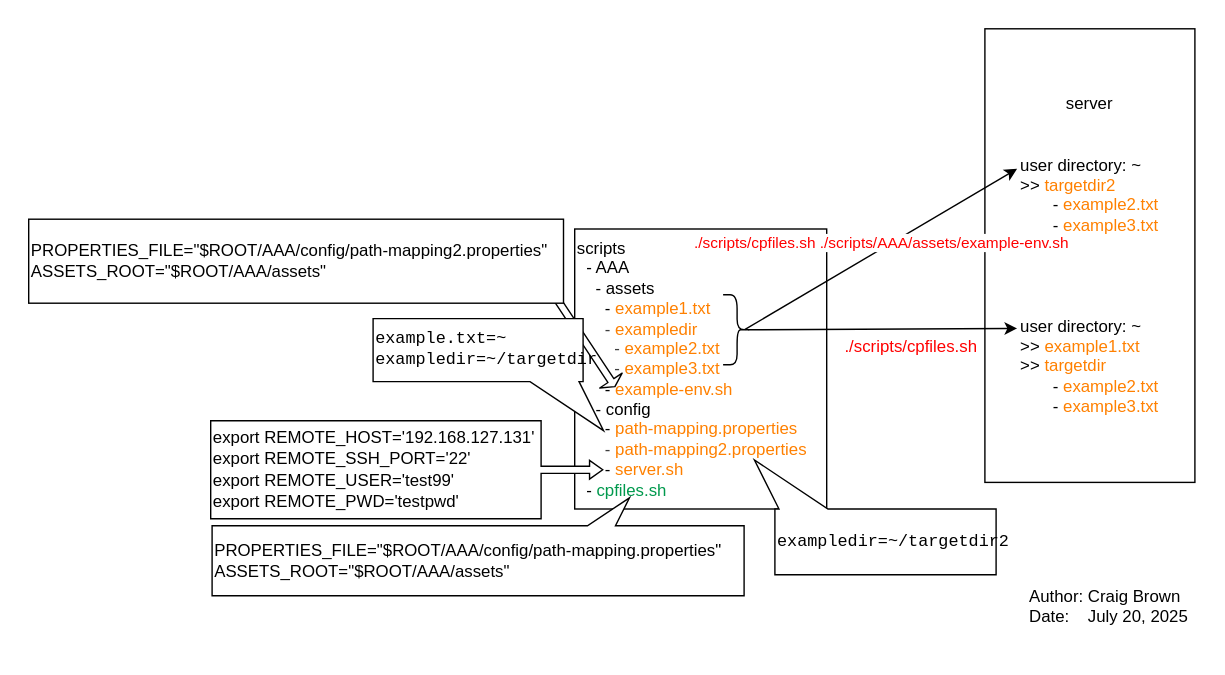
The draw.io diagram docs/assets/scripts/cpfiles.svg in saidake/simi-sandbox, before a commit. Source tidied: cells renumbered, new cells last; positions are measured from the earlier drawing's top-left corner, leaving out a move shared by most shapes.
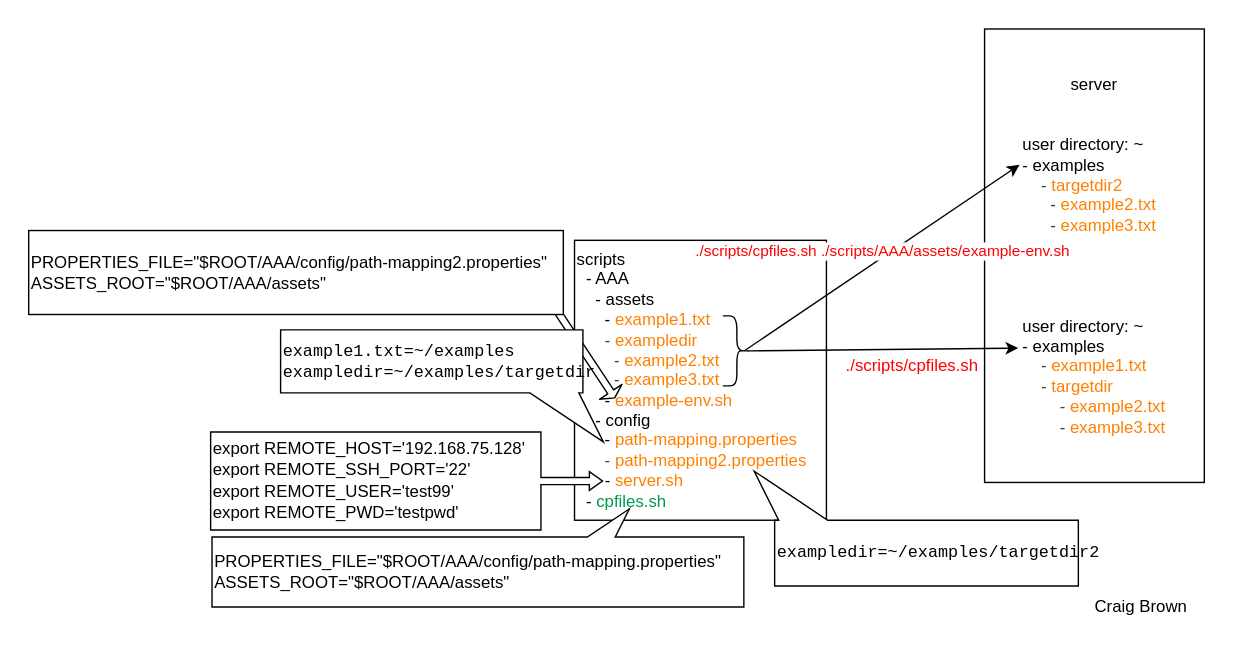
The same diagram one commit later.

Commit message:
[cpfiles] feat: Check ssh connection and sshpass command installation before execution

Diff of the diagram source:
```diff
@@ -2,10 +2,10 @@
   <root>
     <mxCell id="0" />
     <mxCell id="1" parent="0" />
-    <mxCell id="2" value="&lt;span style=&quot;color: rgb(0, 0, 0);&quot;&gt;server&lt;/span&gt;&lt;div&gt;&lt;br&gt;&lt;/div&gt;&lt;div style=&quot;text-align: left;&quot;&gt;&lt;br&gt;&lt;/div&gt;&lt;div style=&quot;text-align: left;&quot;&gt;&lt;div&gt;user directory: ~&lt;/div&gt;&lt;div style=&quot;text-align: center;&quot;&gt;&lt;div style=&quot;text-align: left;&quot;&gt;&lt;span style=&quot;background-color: transparent;&quot;&gt;&amp;gt;&amp;gt;&amp;nbsp;&lt;/span&gt;&lt;font style=&quot;background-color: transparent; color: rgb(255, 128, 0);&quot;&gt;targetdir2&lt;/font&gt;&lt;/div&gt;&lt;/div&gt;&lt;div&gt;&amp;nbsp; &amp;nbsp; &amp;nbsp; &amp;nbsp;-&amp;nbsp;&lt;font style=&quot;color: rgb(255, 128, 0);&quot;&gt;example2.txt&lt;/font&gt;&lt;/div&gt;&lt;div&gt;&amp;nbsp; &amp;nbsp; &amp;nbsp; &amp;nbsp;-&amp;nbsp;&lt;font style=&quot;color: rgb(255, 128, 0);&quot;&gt;example3.txt&lt;/font&gt;&lt;/div&gt;&lt;/div&gt;&lt;div style=&quot;text-align: left;&quot;&gt;&lt;br&gt;&lt;/div&gt;&lt;div style=&quot;text-align: left;&quot;&gt;&lt;br&gt;&lt;/div&gt;&lt;div style=&quot;text-align: left;&quot;&gt;&lt;br&gt;&lt;/div&gt;&lt;div style=&quot;text-align: left;&quot;&gt;&lt;br&gt;&lt;/div&gt;&lt;div style=&quot;text-align: left;&quot;&gt;user directory: ~&lt;/div&gt;&lt;div&gt;&lt;div style=&quot;text-align: left;&quot;&gt;&lt;span style=&quot;background-color: transparent;&quot;&gt;&amp;gt;&amp;gt;&amp;nbsp;&lt;font style=&quot;color: rgb(255, 128, 0);&quot;&gt;example1.txt&lt;/font&gt;&lt;/span&gt;&lt;/div&gt;&lt;div style=&quot;text-align: left;&quot;&gt;&lt;span style=&quot;background-color: transparent;&quot;&gt;&amp;gt;&amp;gt;&amp;nbsp;&lt;font style=&quot;color: rgb(255, 128, 0);&quot;&gt;targetdir&lt;/font&gt;&lt;/span&gt;&lt;/div&gt;&lt;/div&gt;&lt;div style=&quot;text-align: left;&quot;&gt;&amp;nbsp; &amp;nbsp; &amp;nbsp; &amp;nbsp;-&amp;nbsp;&lt;font style=&quot;color: rgb(255, 128, 0);&quot;&gt;example2.txt&lt;/font&gt;&lt;/div&gt;&lt;div style=&quot;text-align: left;&quot;&gt;&amp;nbsp; &amp;nbsp; &amp;nbsp; &amp;nbsp;-&amp;nbsp;&lt;font style=&quot;color: rgb(255, 128, 0);&quot;&gt;example3.txt&lt;/font&gt;&lt;/div&gt;" style="rounded=0;whiteSpace=wrap;html=1;" parent="1" vertex="1">
-      <mxGeometry x="683" width="150" height="324" as="geometry" />
+    <mxCell id="2" value="&lt;span style=&quot;color: rgb(0, 0, 0);&quot;&gt;server&lt;/span&gt;&lt;div&gt;&lt;br&gt;&lt;/div&gt;&lt;div style=&quot;text-align: left;&quot;&gt;&lt;br&gt;&lt;/div&gt;&lt;div style=&quot;text-align: left;&quot;&gt;&lt;div&gt;user directory: ~&lt;/div&gt;&lt;div style=&quot;text-align: center;&quot;&gt;&lt;div style=&quot;text-align: left;&quot;&gt;- examples&lt;/div&gt;&lt;div style=&quot;text-align: left;&quot;&gt;&lt;font style=&quot;background-color: transparent; color: rgb(255, 128, 0);&quot;&gt;&amp;nbsp; &amp;nbsp;&amp;nbsp;&lt;span style=&quot;color: rgb(63, 63, 63);&quot;&gt;-&amp;nbsp;&lt;/span&gt;targetdir2&lt;/font&gt;&lt;/div&gt;&lt;/div&gt;&lt;div&gt;&amp;nbsp; &amp;nbsp; &amp;nbsp;&amp;nbsp;&lt;font style=&quot;color: rgb(255, 128, 0);&quot;&gt;&lt;span style=&quot;color: rgb(63, 63, 63);&quot;&gt;-&amp;nbsp;&lt;/span&gt;example2.txt&lt;/font&gt;&lt;/div&gt;&lt;div&gt;&amp;nbsp; &amp;nbsp; &amp;nbsp;&amp;nbsp;&lt;font style=&quot;color: rgb(255, 128, 0);&quot;&gt;&lt;span style=&quot;color: rgb(63, 63, 63);&quot;&gt;-&amp;nbsp;&lt;/span&gt;example3.txt&lt;/font&gt;&lt;/div&gt;&lt;/div&gt;&lt;div style=&quot;text-align: left;&quot;&gt;&lt;br&gt;&lt;/div&gt;&lt;div style=&quot;text-align: left;&quot;&gt;&lt;br&gt;&lt;/div&gt;&lt;div style=&quot;text-align: left;&quot;&gt;&lt;br&gt;&lt;/div&gt;&lt;div style=&quot;text-align: left;&quot;&gt;&lt;br&gt;&lt;/div&gt;&lt;div style=&quot;text-align: left;&quot;&gt;user directory: ~&lt;/div&gt;&lt;div&gt;&lt;div style=&quot;text-align: left;&quot;&gt;&lt;span style=&quot;background-color: transparent;&quot;&gt;- examples&lt;/span&gt;&lt;/div&gt;&lt;div style=&quot;text-align: left;&quot;&gt;&lt;span style=&quot;background-color: transparent;&quot;&gt;&amp;nbsp; &amp;nbsp;&amp;nbsp;&lt;/span&gt;&lt;span style=&quot;color: rgb(63, 63, 63);&quot;&gt;-&amp;nbsp;&lt;/span&gt;&lt;span style=&quot;background-color: transparent;&quot;&gt;&lt;font style=&quot;color: rgb(255, 128, 0);&quot;&gt;example1.txt&lt;/font&gt;&lt;/span&gt;&lt;/div&gt;&lt;div style=&quot;text-align: left;&quot;&gt;&lt;span style=&quot;background-color: transparent;&quot;&gt;&lt;font style=&quot;color: rgb(255, 128, 0);&quot;&gt;&amp;nbsp; &amp;nbsp;&amp;nbsp;&lt;/font&gt;&lt;/span&gt;&lt;span style=&quot;color: rgb(63, 63, 63);&quot;&gt;-&amp;nbsp;&lt;/span&gt;&lt;span style=&quot;background-color: transparent;&quot;&gt;&lt;font style=&quot;color: rgb(255, 128, 0);&quot;&gt;targetdir&lt;/font&gt;&lt;/span&gt;&lt;/div&gt;&lt;/div&gt;&lt;div style=&quot;text-align: left;&quot;&gt;&amp;nbsp; &amp;nbsp; &amp;nbsp; &amp;nbsp;&amp;nbsp;&lt;font style=&quot;color: rgb(255, 128, 0);&quot;&gt;&lt;span style=&quot;color: rgb(63, 63, 63);&quot;&gt;-&amp;nbsp;&lt;/span&gt;example2.txt&lt;/font&gt;&lt;/div&gt;&lt;div style=&quot;text-align: left;&quot;&gt;&amp;nbsp; &amp;nbsp; &amp;nbsp; &amp;nbsp;&amp;nbsp;&lt;font style=&quot;color: rgb(255, 128, 0);&quot;&gt;&lt;span style=&quot;color: rgb(63, 63, 63);&quot;&gt;-&amp;nbsp;&lt;/span&gt;example3.txt&lt;/font&gt;&lt;/div&gt;" style="rounded=0;whiteSpace=wrap;html=1;fillColor=#FFFFFF;" parent="1" vertex="1">
+      <mxGeometry x="683" y="-8" width="157" height="324" as="geometry" />
     </mxCell>
-    <mxCell id="3" value="&lt;div&gt;&lt;br&gt;&lt;/div&gt;scripts&lt;div&gt;&amp;nbsp; - AAA&lt;/div&gt;&lt;div&gt;&amp;nbsp; &amp;nbsp; - assets&lt;/div&gt;&lt;div&gt;&amp;nbsp; &amp;nbsp; &amp;nbsp; - &lt;font style=&quot;color: rgb(255, 128, 0);&quot;&gt;example1.txt&lt;/font&gt;&lt;/div&gt;&lt;div&gt;&lt;font style=&quot;color: rgb(255, 128, 0);&quot;&gt;&amp;nbsp; &amp;nbsp; &amp;nbsp;&amp;nbsp;&lt;/font&gt;&lt;span style=&quot;color: rgb(63, 63, 63); background-color: transparent;&quot;&gt;- &lt;/span&gt;&lt;span style=&quot;background-color: transparent;&quot;&gt;&lt;font style=&quot;color: rgb(255, 128, 0);&quot;&gt;exampledir&lt;/font&gt;&lt;/span&gt;&lt;/div&gt;&lt;div&gt;&lt;span style=&quot;color: rgb(63, 63, 63); background-color: transparent;&quot;&gt;&amp;nbsp; &amp;nbsp; &amp;nbsp; &amp;nbsp; - &lt;/span&gt;&lt;span style=&quot;background-color: transparent;&quot;&gt;&lt;font style=&quot;color: rgb(255, 128, 0);&quot;&gt;example2.txt&lt;/font&gt;&lt;/span&gt;&lt;/div&gt;&lt;div&gt;&lt;span style=&quot;color: rgb(63, 63, 63); background-color: transparent;&quot;&gt;&amp;nbsp; &amp;nbsp; &amp;nbsp; &amp;nbsp; - &lt;/span&gt;&lt;span style=&quot;background-color: transparent;&quot;&gt;&lt;font style=&quot;color: rgb(255, 128, 0);&quot;&gt;example3.txt&lt;/font&gt;&lt;/span&gt;&lt;/div&gt;&lt;div&gt;&amp;nbsp; &amp;nbsp; &amp;nbsp; - &lt;font style=&quot;color: rgb(255, 128, 0);&quot;&gt;example-env.sh&lt;/font&gt;&lt;/div&gt;&lt;div&gt;&amp;nbsp; &amp;nbsp; - config&lt;/div&gt;&lt;div&gt;&amp;nbsp; &amp;nbsp; &amp;nbsp; - &lt;font style=&quot;color: rgb(255, 128, 0);&quot;&gt;path-mapping.properties&lt;/font&gt;&lt;/div&gt;&lt;div&gt;&lt;font&gt;&lt;span style=&quot;color: rgb(63, 63, 63);&quot;&gt;&amp;nbsp; &amp;nbsp; &amp;nbsp; -&amp;nbsp;&lt;/span&gt;&lt;font style=&quot;color: rgb(255, 128, 0);&quot;&gt;path-mapping2.properties&lt;/font&gt;&lt;/font&gt;&lt;/div&gt;&lt;div&gt;&lt;font style=&quot;color: rgb(255, 128, 0);&quot;&gt;&amp;nbsp; &amp;nbsp; &amp;nbsp;&amp;nbsp;&lt;/font&gt;&lt;font style=&quot;color: rgb(0, 0, 0);&quot;&gt;- &lt;/font&gt;&lt;font style=&quot;color: rgb(255, 128, 0);&quot;&gt;server.sh&lt;/font&gt;&lt;/div&gt;&lt;div&gt;&amp;nbsp; - &lt;font style=&quot;color: rgb(0, 153, 77);&quot;&gt;cpfiles.sh&lt;/font&gt;&lt;/div&gt;&lt;div&gt;&lt;br&gt;&lt;/div&gt;" style="rounded=0;whiteSpace=wrap;html=1;align=left;" parent="1" vertex="1">
+    <mxCell id="3" value="&lt;div&gt;&lt;br&gt;&lt;/div&gt;scripts&lt;div&gt;&amp;nbsp; - AAA&lt;/div&gt;&lt;div&gt;&amp;nbsp; &amp;nbsp; - assets&lt;/div&gt;&lt;div&gt;&amp;nbsp; &amp;nbsp; &amp;nbsp; - &lt;font style=&quot;color: rgb(255, 128, 0);&quot;&gt;example1.txt&lt;/font&gt;&lt;/div&gt;&lt;div&gt;&lt;font style=&quot;color: rgb(255, 128, 0);&quot;&gt;&amp;nbsp; &amp;nbsp; &amp;nbsp;&amp;nbsp;&lt;/font&gt;&lt;span style=&quot;color: rgb(63, 63, 63); background-color: transparent;&quot;&gt;- &lt;/span&gt;&lt;span style=&quot;background-color: transparent;&quot;&gt;&lt;font style=&quot;color: rgb(255, 128, 0);&quot;&gt;exampledir&lt;/font&gt;&lt;/span&gt;&lt;/div&gt;&lt;div&gt;&lt;span style=&quot;color: rgb(63, 63, 63); background-color: transparent;&quot;&gt;&amp;nbsp; &amp;nbsp; &amp;nbsp; &amp;nbsp; - &lt;/span&gt;&lt;span style=&quot;background-color: transparent;&quot;&gt;&lt;font style=&quot;color: rgb(255, 128, 0);&quot;&gt;example2.txt&lt;/font&gt;&lt;/span&gt;&lt;/div&gt;&lt;div&gt;&lt;span style=&quot;color: rgb(63, 63, 63); background-color: transparent;&quot;&gt;&amp;nbsp; &amp;nbsp; &amp;nbsp; &amp;nbsp; - &lt;/span&gt;&lt;span style=&quot;background-color: transparent;&quot;&gt;&lt;font style=&quot;color: rgb(255, 128, 0);&quot;&gt;example3.txt&lt;/font&gt;&lt;/span&gt;&lt;/div&gt;&lt;div&gt;&amp;nbsp; &amp;nbsp; &amp;nbsp; - &lt;font style=&quot;color: rgb(255, 128, 0);&quot;&gt;example-env.sh&lt;/font&gt;&lt;/div&gt;&lt;div&gt;&amp;nbsp; &amp;nbsp; - config&lt;/div&gt;&lt;div&gt;&amp;nbsp; &amp;nbsp; &amp;nbsp; - &lt;font style=&quot;color: rgb(255, 128, 0);&quot;&gt;path-mapping.properties&lt;/font&gt;&lt;/div&gt;&lt;div&gt;&lt;font&gt;&lt;span style=&quot;color: rgb(63, 63, 63);&quot;&gt;&amp;nbsp; &amp;nbsp; &amp;nbsp; -&amp;nbsp;&lt;/span&gt;&lt;font style=&quot;color: rgb(255, 128, 0);&quot;&gt;path-mapping2.properties&lt;/font&gt;&lt;/font&gt;&lt;/div&gt;&lt;div&gt;&lt;font style=&quot;color: rgb(255, 128, 0);&quot;&gt;&amp;nbsp; &amp;nbsp; &amp;nbsp;&amp;nbsp;&lt;/font&gt;&lt;font style=&quot;color: rgb(0, 0, 0);&quot;&gt;- &lt;/font&gt;&lt;font style=&quot;color: rgb(255, 128, 0);&quot;&gt;server.sh&lt;/font&gt;&lt;/div&gt;&lt;div&gt;&amp;nbsp; - &lt;font style=&quot;color: rgb(0, 153, 77);&quot;&gt;cpfiles.sh&lt;/font&gt;&lt;/div&gt;&lt;div&gt;&lt;br&gt;&lt;/div&gt;" style="rounded=0;whiteSpace=wrap;html=1;align=left;fillColor=#FFFFFF;" parent="1" vertex="1">
       <mxGeometry x="390" y="143" width="180" height="200" as="geometry" />
     </mxCell>
     <mxCell id="4" style="shape=flexArrow;endArrow=classic;html=1;width=5;endSize=1.385483870967742;endWidth=13.225806451612902;" parent="1" edge="1">
@@ -14,21 +14,21 @@
         <mxPoint x="419" y="256" as="targetPoint" />
       </mxGeometry>
     </mxCell>
-    <mxCell id="5" value="&lt;pre style=&quot;color: rgb(63, 63, 63);&quot;&gt;&lt;font style=&quot;color: rgb(0, 0, 0);&quot; face=&quot;Helvetica&quot;&gt;export REMOTE_HOST='192.168.127.131'&lt;br&gt;export REMOTE_SSH_PORT='22'&lt;br&gt;export REMOTE_USER='test99'&lt;br&gt;export REMOTE_PWD='testpwd'&lt;/font&gt;&lt;/pre&gt;" style="html=1;shadow=0;dashed=0;align=left;verticalAlign=middle;shape=mxgraph.arrows2.calloutArrow;dy=2.57;dx=9.39;notch=236;arrowHead=4.1;" parent="1" vertex="1">
+    <mxCell id="5" value="&lt;pre style=&quot;color: rgb(63, 63, 63);&quot;&gt;&lt;font style=&quot;color: rgb(0, 0, 0);&quot; face=&quot;Helvetica&quot;&gt;export REMOTE_HOST='192.168.75.128'&lt;br&gt;export REMOTE_SSH_PORT='22'&lt;br&gt;export REMOTE_USER='test99'&lt;br&gt;export REMOTE_PWD='testpwd'&lt;/font&gt;&lt;/pre&gt;" style="html=1;shadow=0;dashed=0;align=left;verticalAlign=middle;shape=mxgraph.arrows2.calloutArrow;dy=2.57;dx=9.39;notch=236;arrowHead=4.1;fillColor=#FFFFFF;" parent="1" vertex="1">
       <mxGeometry x="130" y="280" width="280" height="70" as="geometry" />
     </mxCell>
-    <mxCell id="6" style="shape=curlyBracket;whiteSpace=wrap;html=1;rounded=1;flipH=1;labelPosition=right;verticalLabelPosition=middle;align=left;verticalAlign=middle;" parent="1" vertex="1">
-      <mxGeometry x="496" y="190" width="20" height="50" as="geometry" />
+    <mxCell id="6" style="shape=curlyBracket;whiteSpace=wrap;html=1;rounded=1;flipH=1;labelPosition=right;verticalLabelPosition=middle;align=left;verticalAlign=middle;size=0.5;" parent="1" vertex="1">
+      <mxGeometry x="496" y="197" width="20" height="50" as="geometry" />
     </mxCell>
-    <mxCell id="7" value="PROPERTIES_FILE=&quot;$ROOT/AAA/config/path-mapping.properties&quot;  &#10;ASSETS_ROOT=&quot;$ROOT/AAA/assets&quot;" style="whiteSpace=wrap;shape=mxgraph.basic.rectCallout;dx=101.88;dy=20;boundedLbl=1;direction=west;flipH=0;align=left;fontColor=#000000;" parent="1" vertex="1">
+    <mxCell id="7" value="PROPERTIES_FILE=&quot;$ROOT/AAA/config/path-mapping.properties&quot;  &#10;ASSETS_ROOT=&quot;$ROOT/AAA/assets&quot;" style="whiteSpace=wrap;shape=mxgraph.basic.rectCallout;dx=101.88;dy=20;boundedLbl=1;direction=west;flipH=0;align=left;fontColor=#000000;fillColor=#FFFFFF;" parent="1" vertex="1">
       <mxGeometry x="131" y="335" width="380" height="70" as="geometry" />
     </mxCell>
-    <mxCell id="8" value="&lt;pre&gt;&lt;font style=&quot;color: rgb(0, 0, 0);&quot;&gt;exampledir=~/targetdir2&lt;/font&gt;&lt;/pre&gt;" style="whiteSpace=wrap;html=1;shape=mxgraph.basic.rectCallout;dx=20.4;dy=35;boundedLbl=1;align=left;flipH=0;flipV=1;" parent="1" vertex="1">
-      <mxGeometry x="533" y="308" width="158" height="82" as="geometry" />
+    <mxCell id="8" value="&lt;pre&gt;&lt;font style=&quot;color: rgb(0, 0, 0);&quot;&gt;exampledir=~/examples/targetdir2&lt;/font&gt;&lt;/pre&gt;" style="whiteSpace=wrap;html=1;shape=mxgraph.basic.rectCallout;dx=20.4;dy=35;boundedLbl=1;align=left;flipH=0;flipV=1;fillColor=#FFFFFF;" parent="1" vertex="1">
+      <mxGeometry x="533" y="308" width="217" height="82" as="geometry" />
     </mxCell>
     <mxCell id="9" style="endArrow=classic;html=1;exitX=0.23;exitY=0.498;exitDx=0;exitDy=0;exitPerimeter=0;" parent="1" edge="1" source="6">
       <mxGeometry relative="1" as="geometry">
-        <mxPoint x="706" y="100" as="targetPoint" />
+        <mxPoint x="708" y="89" as="targetPoint" />
       </mxGeometry>
     </mxCell>
     <mxCell id="10" value="&lt;font style=&quot;color: rgb(255, 0, 0);&quot;&gt;./scripts/cpfiles.sh ./scripts/AAA/assets/example-env.sh&lt;/font&gt;" style="edgeLabel;html=1;align=center;verticalAlign=middle;" parent="9" vertex="1">
@@ -38,7 +38,7 @@
     </mxCell>
     <mxCell id="11" style="endArrow=classic;html=1;exitX=0.1;exitY=0.5;exitDx=0;exitDy=0;exitPerimeter=0;" parent="1" edge="1" source="6">
       <mxGeometry relative="1" as="geometry">
-        <mxPoint x="706" y="214" as="targetPoint" />
+        <mxPoint x="707" y="220" as="targetPoint" />
       </mxGeometry>
     </mxCell>
     <mxCell id="12" value="&lt;div&gt;&lt;font style=&quot;font-size: 12px; color: rgb(255, 0, 0);&quot;&gt;./scripts/cpfiles.sh&lt;/font&gt;&lt;/div&gt;" style="edgeLabel;html=1;align=center;verticalAlign=middle;" parent="11" vertex="1">
@@ -46,14 +46,14 @@
         <mxPoint x="7" y="15" as="offset" />
       </mxGeometry>
     </mxCell>
-    <mxCell id="13" value="&lt;pre&gt;&lt;font style=&quot;color: rgb(0, 0, 0);&quot;&gt;example.txt=~&lt;br&gt;exampledir=~/targetdir&lt;/font&gt;&lt;/pre&gt;" style="whiteSpace=wrap;html=1;shape=mxgraph.basic.rectCallout;dx=20.4;dy=35;boundedLbl=1;align=left;flipH=1;flipV=0;" parent="1" vertex="1">
-      <mxGeometry x="246" y="207" width="150" height="80" as="geometry" />
+    <mxCell id="13" value="&lt;pre&gt;&lt;font style=&quot;color: rgb(0, 0, 0);&quot;&gt;example1.txt=~/examples&lt;br&gt;exampledir=~/examples/targetdir&lt;/font&gt;&lt;/pre&gt;" style="whiteSpace=wrap;html=1;shape=mxgraph.basic.rectCallout;dx=20.4;dy=35;boundedLbl=1;align=left;flipH=1;flipV=0;fillColor=#FFFFFF;" parent="1" vertex="1">
+      <mxGeometry x="180" y="207" width="216" height="80" as="geometry" />
     </mxCell>
-    <mxCell id="14" value="&lt;font style=&quot;color: rgb(0, 0, 0);&quot;&gt;PROPERTIES_FILE=&quot;$ROOT/AAA/config/path-mapping2.properties&quot;&lt;/font&gt;&lt;div&gt;&lt;font style=&quot;color: rgb(0, 0, 0);&quot;&gt;ASSETS_ROOT=&quot;$ROOT/AAA/assets&quot;&lt;/font&gt;&lt;/div&gt;" style="rounded=0;whiteSpace=wrap;html=1;align=left;" parent="1" vertex="1">
+    <mxCell id="14" value="&lt;font style=&quot;color: rgb(0, 0, 0);&quot;&gt;PROPERTIES_FILE=&quot;$ROOT/AAA/config/path-mapping2.properties&quot;&lt;/font&gt;&lt;div&gt;&lt;font style=&quot;color: rgb(0, 0, 0);&quot;&gt;ASSETS_ROOT=&quot;$ROOT/AAA/assets&quot;&lt;/font&gt;&lt;/div&gt;" style="rounded=0;whiteSpace=wrap;html=1;align=left;fillColor=#FFFFFF;" parent="1" vertex="1">
       <mxGeometry y="136" width="382" height="60" as="geometry" />
     </mxCell>
-    <mxCell id="15" value="&lt;font style=&quot;color: rgb(0, 0, 0);&quot;&gt;Author: Craig Brown&lt;/font&gt;&lt;div&gt;&lt;font style=&quot;color: rgb(0, 0, 0);&quot;&gt;Date:&amp;nbsp; &amp;nbsp; July 20, 2025&lt;/font&gt;&lt;/div&gt;&lt;div&gt;&lt;br&gt;&lt;/div&gt;" style="text;html=1;align=left;verticalAlign=middle;whiteSpace=wrap;rounded=0;" parent="1" vertex="1">
-      <mxGeometry x="713" y="405" width="120" height="30" as="geometry" />
+    <mxCell id="15" value="&lt;font style=&quot;color: rgb(0, 0, 0);&quot;&gt;Craig Brown&lt;/font&gt;" style="text;html=1;align=left;verticalAlign=middle;whiteSpace=wrap;rounded=0;" parent="1" vertex="1">
+      <mxGeometry x="760" y="390" width="74" height="30" as="geometry" />
     </mxCell>
   </root>
 </mxGraphModel>
```
